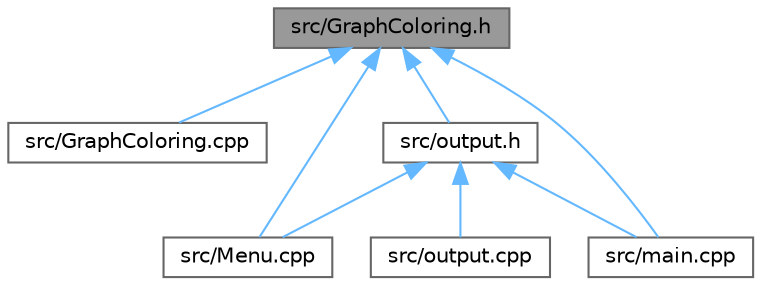
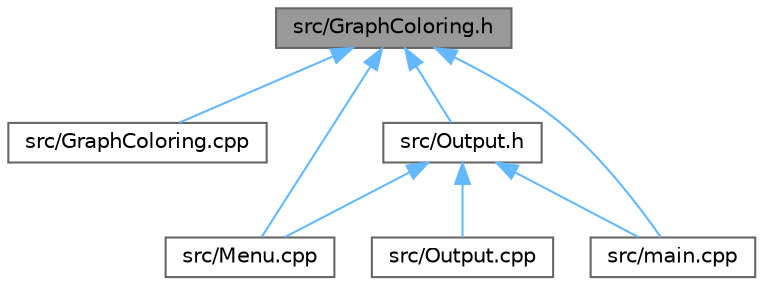
digraph "src/GraphColoring.h"
{
 // LATEX_PDF_SIZE
  bgcolor="transparent";
  edge [fontname=Helvetica,fontsize=10,labelfontname=Helvetica,labelfontsize=10];
  node [fontname=Helvetica,fontsize=10,shape=box,height=0.2,width=0.4];
  Node1 [id="Node000001",label="src/GraphColoring.h",height=0.2,width=0.4,color="gray40", fillcolor="grey60", style="filled", fontcolor="black",tooltip=" "];
  Node1 -> Node2 [id="edge1_Node000001_Node000002",dir="back",color="steelblue1",style="solid",tooltip=" "];
  Node2 [id="Node000002",label="src/GraphColoring.cpp",height=0.2,width=0.4,color="grey40", fillcolor="white", style="filled",URL="$GraphColoring_8cpp.html",tooltip="Graph coloring algorithms for register allocation."];
  Node1 -> Node3 [id="edge2_Node000001_Node000003",dir="back",color="steelblue1",style="solid",tooltip=" "];
-   Node3 [id="Node000003",label="src/Menu.cpp",height=0.2,width=0.4,color="grey40", fillcolor="white", style="filled",URL="$Menu_8cpp.html",tooltip=" "];
+   Node3 [id="Node000003",label="src/Menu.cpp",height=0.2,width=0.4,color="grey40", fillcolor="white", style="filled",URL="$Menu_8cpp.html",tooltip="Implementation of the menu system."];
  Node1 -> Node4 [id="edge3_Node000001_Node000004",dir="back",color="steelblue1",style="solid",tooltip=" "];
-   Node4 [id="Node000004",label="src/main.cpp",height=0.2,width=0.4,color="grey40", fillcolor="white", style="filled",URL="$main_8cpp.html",tooltip=" "];
-   Node1 -> Node5 [id="edge4_Node000001_Node000005",dir="back",color="steelblue1",style="solid",tooltip=" "];
-   Node5 [id="Node000005",label="src/output.h",height=0.2,width=0.4,color="grey40", fillcolor="white", style="filled",URL="$output_8h.html",tooltip=" "];
-   Node5 -> Node3 [id="edge5_Node000005_Node000003",dir="back",color="steelblue1",style="solid",tooltip=" "];
-   Node5 -> Node4 [id="edge6_Node000005_Node000004",dir="back",color="steelblue1",style="solid",tooltip=" "];
-   Node5 -> Node6 [id="edge7_Node000005_Node000006",dir="back",color="steelblue1",style="solid",tooltip=" "];
-   Node6 [id="Node000006",label="src/output.cpp",height=0.2,width=0.4,color="grey40", fillcolor="white", style="filled",URL="$output_8cpp.html",tooltip=" "];
+   Node4 [id="Node000004",label="src/Output.h",height=0.2,width=0.4,color="grey40", fillcolor="white", style="filled",URL="$Output_8h.html",tooltip=" "];
+   Node4 -> Node3 [id="edge4_Node000004_Node000003",dir="back",color="steelblue1",style="solid",tooltip=" "];
+   Node4 -> Node5 [id="edge5_Node000004_Node000005",dir="back",color="steelblue1",style="solid",tooltip=" "];
+   Node5 [id="Node000005",label="src/Output.cpp",height=0.2,width=0.4,color="grey40", fillcolor="white", style="filled",URL="$Output_8cpp.html",tooltip=" "];
+   Node4 -> Node6 [id="edge6_Node000004_Node000006",dir="back",color="steelblue1",style="solid",tooltip=" "];
+   Node6 [id="Node000006",label="src/main.cpp",height=0.2,width=0.4,color="grey40", fillcolor="white", style="filled",URL="$main_8cpp.html",tooltip=" "];
+   Node1 -> Node6 [id="edge7_Node000001_Node000006",dir="back",color="steelblue1",style="solid",tooltip=" "];
}
